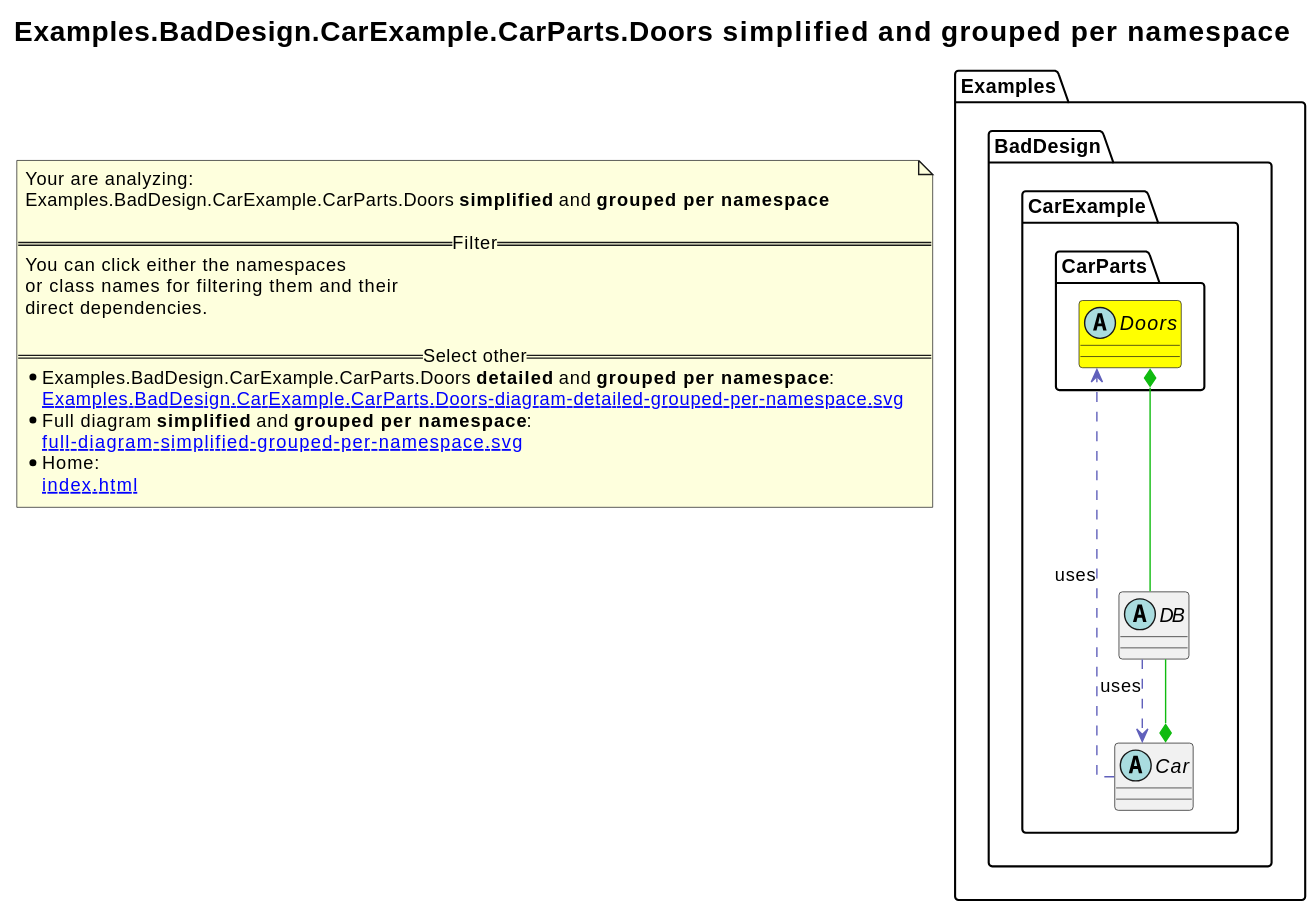
Above: revenger-csharp-adapter.out/Examples.BadDesign.CarExample.CarParts.Doors-diagram-simplified-grouped-per-namespace.svg in 2BlackCoffees/revenger (PlantUML), before the change.
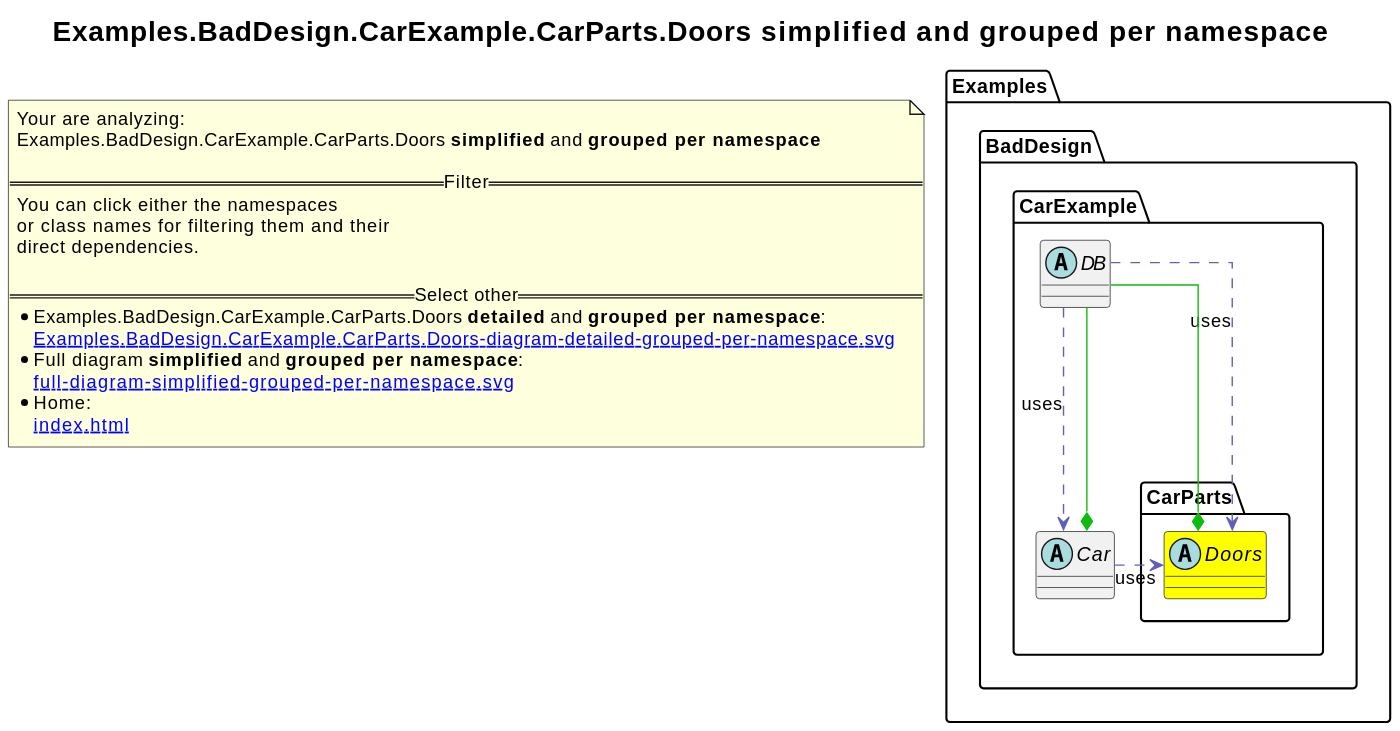
After the commit.

What changed in the source:
```diff
@@ -23,6 +23,7 @@
 }
 }
 Examples.BadDesign.CarExample.DB .[#6060BB].> Examples.BadDesign.CarExample.Car  : uses
+Examples.BadDesign.CarExample.DB .[#6060BB].> Examples.BadDesign.CarExample.CarParts.Doors  : uses
 Examples.BadDesign.CarExample.Car *-[#10BB10]- Examples.BadDesign.CarExample.DB
 Examples.BadDesign.CarExample.Car .[#6060BB].> Examples.BadDesign.CarExample.CarParts.Doors  : uses
 Examples.BadDesign.CarExample.CarParts.Doors *-[#10BB10]- Examples.BadDesign.CarExample.DB
```
